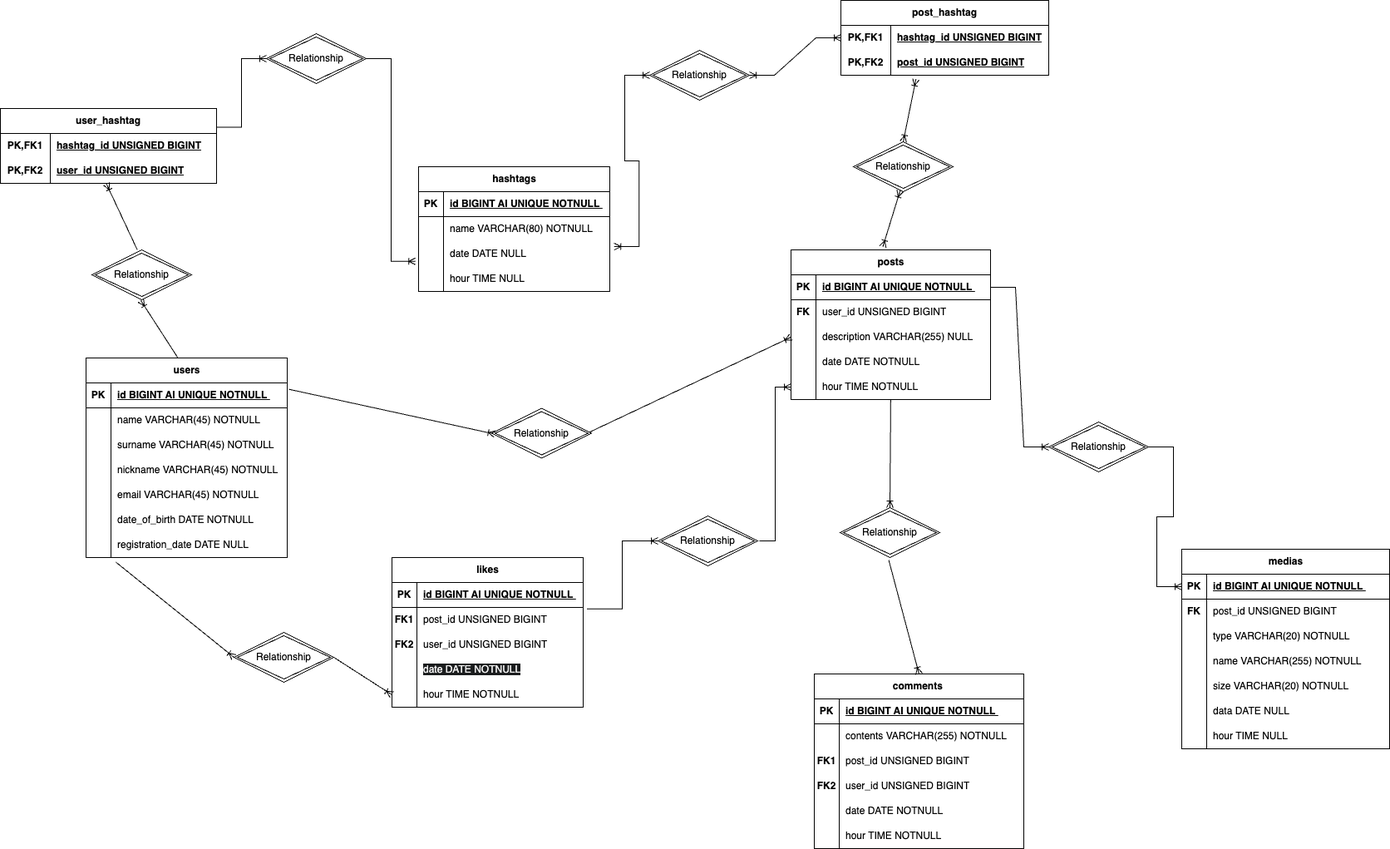
The draw.io diagram DB/img/db_social.drawio.png in Alessiasansalone/social-platform, before a commit. Source tidied: cells renumbered, new cells last; positions are measured from the earlier drawing's top-left corner, leaving out a move shared by most shapes.
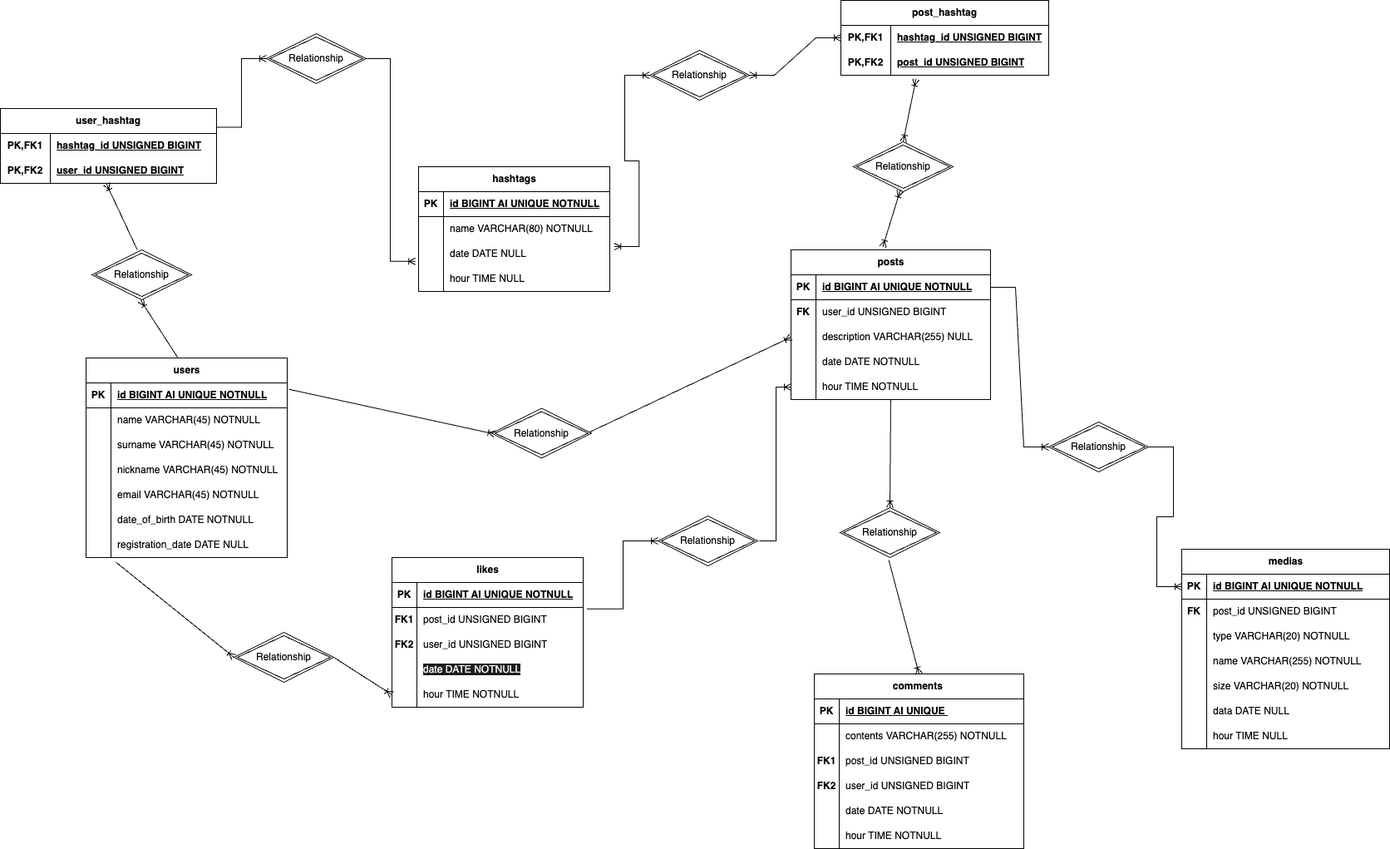
Above is the later version.

Diff of the diagram source:
```diff
@@ -11,7 +11,7 @@
     <mxCell id="4" value="PK" style="shape=partialRectangle;fillColor=none;top=0;left=0;bottom=0;right=0;fontStyle=1;overflow=hidden;whiteSpace=wrap;html=1;" parent="3" vertex="1">
       <mxGeometry width="30" height="30" as="geometry" />
     </mxCell>
-    <mxCell id="5" value="id BIGINT AI UNIQUE NOTNULL&amp;nbsp;" style="shape=partialRectangle;fillColor=none;top=0;left=0;bottom=0;right=0;align=left;spacingLeft=6;fontStyle=5;overflow=hidden;whiteSpace=wrap;html=1;" parent="3" vertex="1">
+    <mxCell id="5" value="id BIGINT AI UNIQUE NOTNULL" style="shape=partialRectangle;fillColor=none;top=0;left=0;bottom=0;right=0;align=left;spacingLeft=6;fontStyle=5;overflow=hidden;whiteSpace=wrap;html=1;" parent="3" vertex="1">
       <mxGeometry x="30" width="212" height="30" as="geometry" />
     </mxCell>
     <mxCell id="6" style="shape=tableRow;horizontal=0;startSize=0;swimlaneHead=0;swimlaneBody=0;fillColor=none;top=0;left=0;right=0;bottom=0;" parent="2" vertex="1">
@@ -77,7 +77,7 @@
     <mxCell id="26" value="PK" style="shape=partialRectangle;fillColor=none;top=0;left=0;bottom=0;right=0;fontStyle=1;overflow=hidden;whiteSpace=wrap;html=1;" parent="25" vertex="1">
       <mxGeometry width="30" height="30" as="geometry" />
     </mxCell>
-    <mxCell id="27" value="id BIGINT AI UNIQUE NOTNULL&amp;nbsp;" style="shape=partialRectangle;fillColor=none;top=0;left=0;bottom=0;right=0;align=left;spacingLeft=6;fontStyle=5;overflow=hidden;whiteSpace=wrap;html=1;" parent="25" vertex="1">
+    <mxCell id="27" value="id BIGINT AI UNIQUE NOTNULL" style="shape=partialRectangle;fillColor=none;top=0;left=0;bottom=0;right=0;align=left;spacingLeft=6;fontStyle=5;overflow=hidden;whiteSpace=wrap;html=1;" parent="25" vertex="1">
       <mxGeometry x="30" width="210" height="30" as="geometry" />
     </mxCell>
     <mxCell id="28" style="shape=tableRow;horizontal=0;startSize=0;swimlaneHead=0;swimlaneBody=0;fillColor=none;top=0;left=0;right=0;bottom=0;" parent="24" vertex="1">
@@ -134,7 +134,7 @@
     <mxCell id="45" value="PK" style="shape=partialRectangle;fillColor=none;top=0;left=0;bottom=0;right=0;fontStyle=1;overflow=hidden;whiteSpace=wrap;html=1;" parent="44" vertex="1">
       <mxGeometry width="30" height="30" as="geometry" />
     </mxCell>
-    <mxCell id="46" value="id BIGINT AI UNIQUE NOTNULL&amp;nbsp;" style="shape=partialRectangle;fillColor=none;top=0;left=0;bottom=0;right=0;align=left;spacingLeft=6;fontStyle=5;overflow=hidden;whiteSpace=wrap;html=1;" parent="44" vertex="1">
+    <mxCell id="46" value="id BIGINT AI UNIQUE NOTNULL" style="shape=partialRectangle;fillColor=none;top=0;left=0;bottom=0;right=0;align=left;spacingLeft=6;fontStyle=5;overflow=hidden;whiteSpace=wrap;html=1;" parent="44" vertex="1">
       <mxGeometry x="30" width="200" height="30" as="geometry" />
     </mxCell>
     <mxCell id="47" style="shape=tableRow;horizontal=0;startSize=0;swimlaneHead=0;swimlaneBody=0;fillColor=none;top=0;left=0;right=0;bottom=0;" parent="43" vertex="1">
@@ -173,7 +173,7 @@
     <mxCell id="58" value="PK" style="shape=partialRectangle;fillColor=none;top=0;left=0;bottom=0;right=0;fontStyle=1;overflow=hidden;whiteSpace=wrap;html=1;" parent="57" vertex="1">
       <mxGeometry width="30" height="30" as="geometry" />
     </mxCell>
-    <mxCell id="59" value="id BIGINT AI UNIQUE NOTNULL&amp;nbsp;" style="shape=partialRectangle;fillColor=none;top=0;left=0;bottom=0;right=0;align=left;spacingLeft=6;fontStyle=5;overflow=hidden;whiteSpace=wrap;html=1;" parent="57" vertex="1">
+    <mxCell id="59" value="id BIGINT AI UNIQUE NOTNULL" style="shape=partialRectangle;fillColor=none;top=0;left=0;bottom=0;right=0;align=left;spacingLeft=6;fontStyle=5;overflow=hidden;whiteSpace=wrap;html=1;" parent="57" vertex="1">
       <mxGeometry x="30" width="220" height="30" as="geometry" />
     </mxCell>
     <mxCell id="60" style="shape=tableRow;horizontal=0;startSize=0;swimlaneHead=0;swimlaneBody=0;fillColor=none;top=0;left=0;right=0;bottom=0;" parent="56" vertex="1">
@@ -239,7 +239,7 @@
     <mxCell id="80" value="PK" style="shape=partialRectangle;fillColor=none;top=0;left=0;bottom=0;right=0;fontStyle=1;overflow=hidden;whiteSpace=wrap;html=1;" parent="79" vertex="1">
       <mxGeometry width="30" height="30" as="geometry" />
     </mxCell>
-    <mxCell id="81" value="id BIGINT AI UNIQUE NOTNULL&amp;nbsp;" style="shape=partialRectangle;fillColor=none;top=0;left=0;bottom=0;right=0;align=left;spacingLeft=6;fontStyle=5;overflow=hidden;whiteSpace=wrap;html=1;" parent="79" vertex="1">
+    <mxCell id="81" value="id BIGINT AI UNIQUE NOTNULL" style="shape=partialRectangle;fillColor=none;top=0;left=0;bottom=0;right=0;align=left;spacingLeft=6;fontStyle=5;overflow=hidden;whiteSpace=wrap;html=1;" parent="79" vertex="1">
       <mxGeometry x="30" width="200" height="30" as="geometry" />
     </mxCell>
     <mxCell id="82" style="shape=tableRow;horizontal=0;startSize=0;swimlaneHead=0;swimlaneBody=0;fillColor=none;points=[[0,0.5],[1,0.5]];portConstraint=eastwest;top=0;left=0;right=0;bottom=0;" parent="78" vertex="1">
@@ -287,7 +287,7 @@
     <mxCell id="96" value="PK" style="shape=partialRectangle;fillColor=none;top=0;left=0;bottom=0;right=0;fontStyle=1;overflow=hidden;whiteSpace=wrap;html=1;" parent="95" vertex="1">
       <mxGeometry width="30" height="30" as="geometry" />
     </mxCell>
-    <mxCell id="97" value="id BIGINT AI UNIQUE NOTNULL&amp;nbsp;" style="shape=partialRectangle;fillColor=none;top=0;left=0;bottom=0;right=0;align=left;spacingLeft=6;fontStyle=5;overflow=hidden;whiteSpace=wrap;html=1;" parent="95" vertex="1">
+    <mxCell id="97" value="id BIGINT AI UNIQUE&amp;nbsp;" style="shape=partialRectangle;fillColor=none;top=0;left=0;bottom=0;right=0;align=left;spacingLeft=6;fontStyle=5;overflow=hidden;whiteSpace=wrap;html=1;" parent="95" vertex="1">
       <mxGeometry x="30" width="222" height="30" as="geometry" />
     </mxCell>
     <mxCell id="98" style="shape=tableRow;horizontal=0;startSize=0;swimlaneHead=0;swimlaneBody=0;fillColor=none;top=0;left=0;right=0;bottom=0;" parent="94" vertex="1">
```
